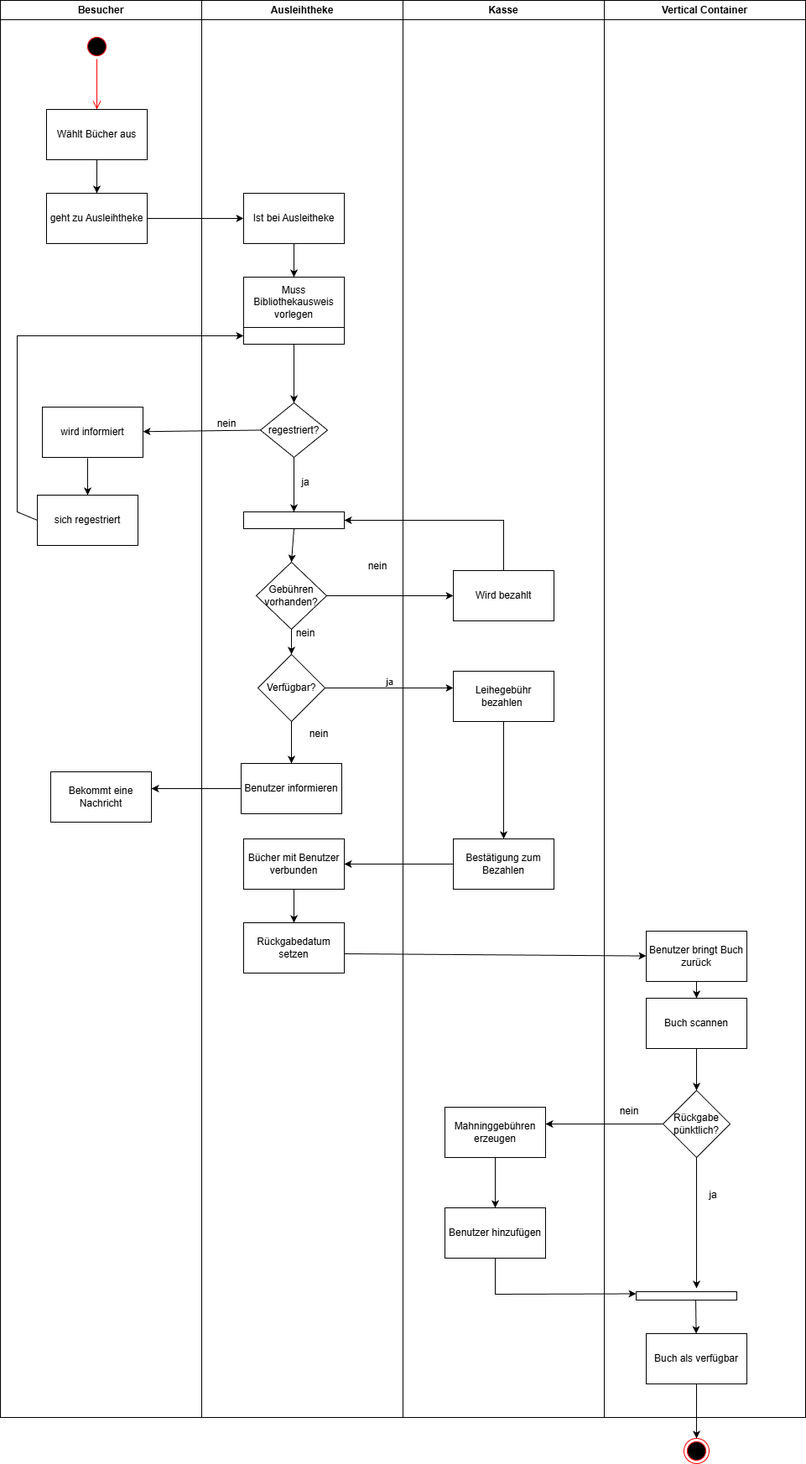
Before: Hosseini-Zahra-AbschlüssPrüfungFISI.drawio.png, a diagram exported from draw.io (Safak-73/TQ5Juli). Source tidied: cells renumbered, new cells last; positions are measured from the earlier drawing's top-left corner, leaving out a move shared by most shapes.
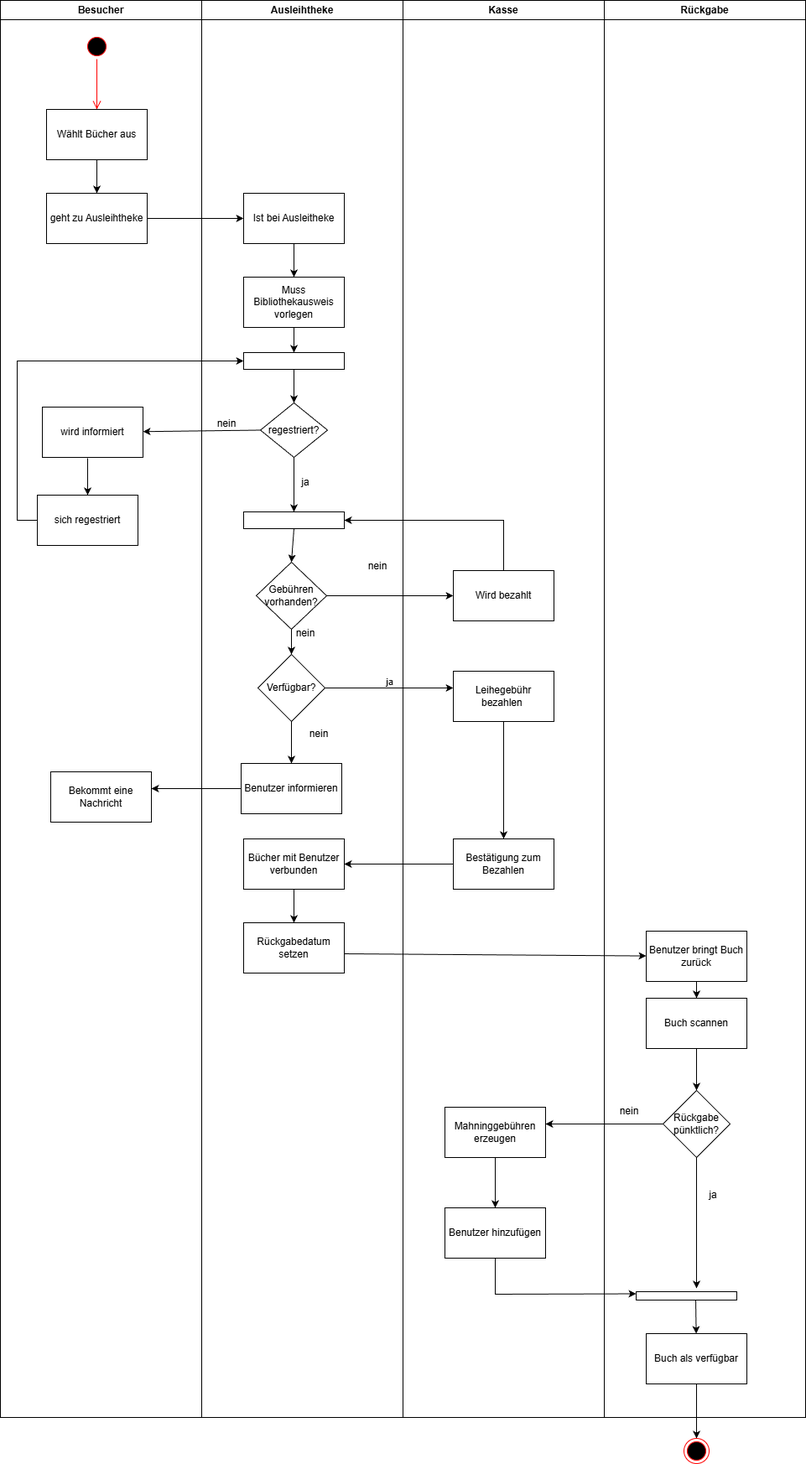
The same file after the commit.

What changed in the source:
```diff
@@ -108,14 +108,14 @@
     <mxCell id="35" style="endArrow=classic;html=1;rounded=0;exitX=0;exitY=0.5;exitDx=0;exitDy=0;entryX=0;entryY=0.5;entryDx=0;entryDy=0;" parent="1" edge="1" source="14" target="36">
       <mxGeometry relative="1" as="geometry">
         <Array as="points">
-          <mxPoint x="20" y="610" />
+          <mxPoint x="20" y="620" />
           <mxPoint x="20" y="460" />
-          <mxPoint x="20" y="400" />
+          <mxPoint x="20" y="430" />
         </Array>
       </mxGeometry>
     </mxCell>
     <mxCell id="36" style="rounded=0;whiteSpace=wrap;html=1;" parent="1" vertex="1">
-      <mxGeometry x="290" y="390" width="120" height="20" as="geometry" />
+      <mxGeometry x="290" y="420" width="120" height="20" as="geometry" />
     </mxCell>
     <mxCell id="37" style="endArrow=classic;html=1;rounded=0;entryX=0.5;entryY=0;entryDx=0;entryDy=0;exitX=0.5;exitY=1;exitDx=0;exitDy=0;" parent="1" edge="1" source="36" target="16">
       <mxGeometry relative="1" as="geometry" />
@@ -171,7 +171,7 @@
     <mxCell id="51" style="endArrow=classic;html=1;rounded=0;exitX=0;exitY=0.5;exitDx=0;exitDy=0;" parent="1" edge="1" source="42" target="30">
       <mxGeometry relative="1" as="geometry" />
     </mxCell>
-    <mxCell id="52" value="Vertical Container" style="swimlane;whiteSpace=wrap;html=1;" parent="1" vertex="1">
+    <mxCell id="52" value="Rückgabe" style="swimlane;whiteSpace=wrap;html=1;" parent="1" vertex="1">
       <mxGeometry x="720" width="240" height="1690" as="geometry" />
     </mxCell>
     <mxCell id="53" value="Benutzer bringt Buch zurück" style="rounded=0;whiteSpace=wrap;html=1;" parent="52" vertex="1">
```
